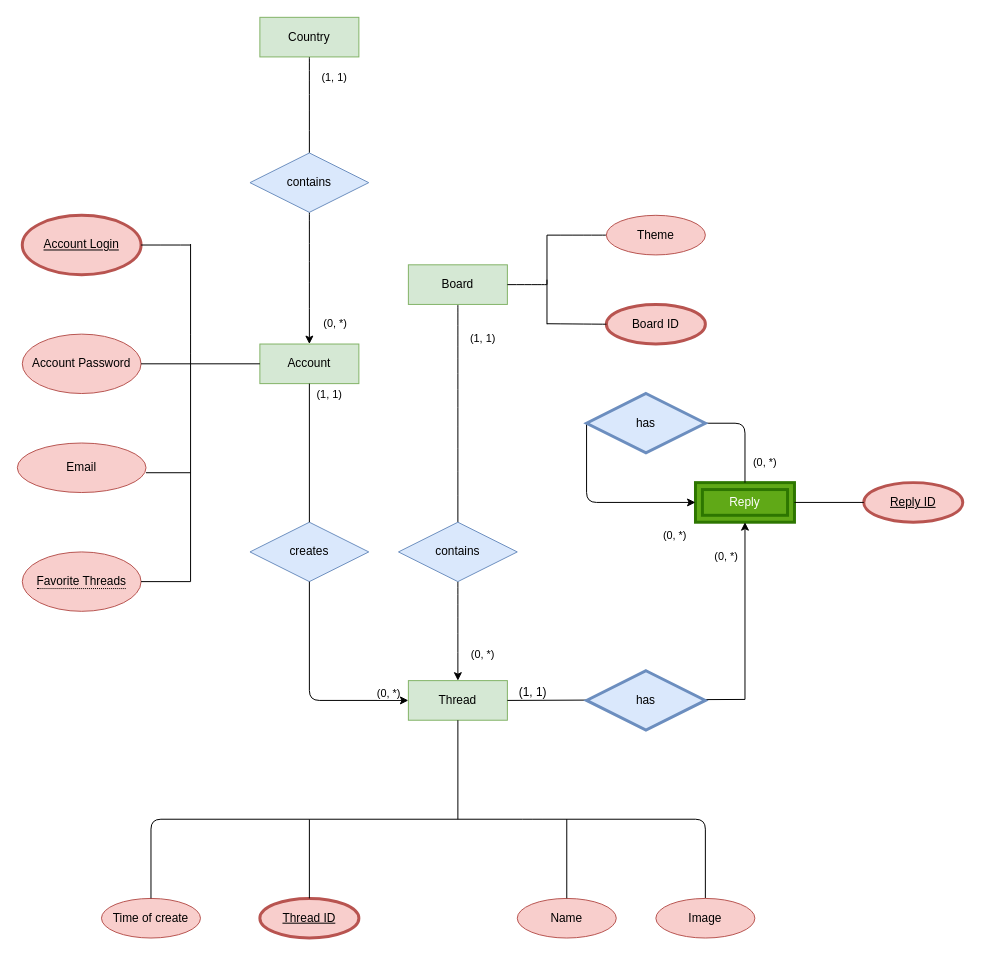
Above: Untitled Diagram.drawio in LongaBonga/HSE.ch (draw.io), before the change. Source tidied: cells renumbered, new cells numbered last; positions are measured from the earlier drawing's top-left corner, leaving out a move shared by most shapes. Both pictures are drawn from the tidied source at 99%, with x=0, y=0 at pixel (17, 17).
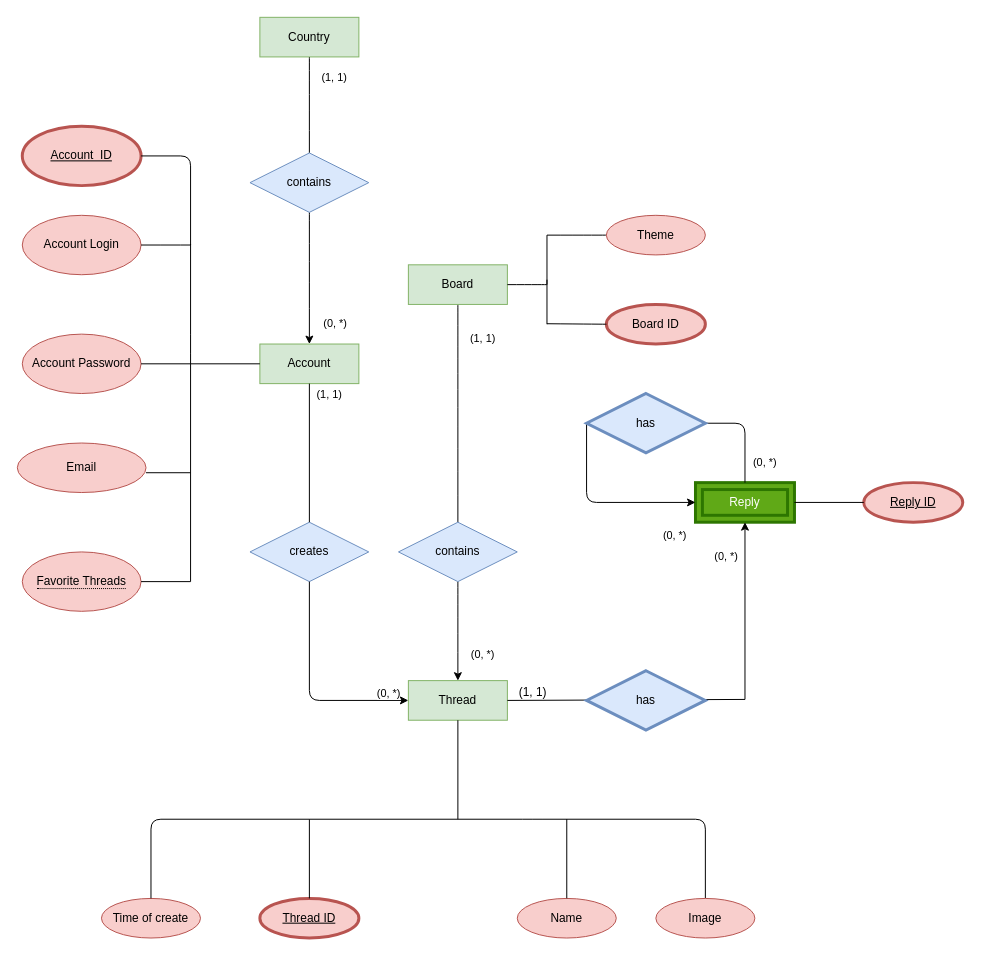
After the change.

The edit, as a diff of the source:
```diff
@@
-    <mxCell id="3" value="&lt;u&gt;Account Login&lt;/u&gt;" style="ellipse;whiteSpace=wrap;html=1;fillColor=#f8cecc;strokeColor=#b85450;strokeWidth=3;" parent="1" vertex="1">
+    <mxCell id="3" value="Account Login" style="ellipse;whiteSpace=wrap;html=1;fillColor=#f8cecc;strokeColor=#b85450;strokeWidth=1;verticalAlign=middle;" parent="1" vertex="1">
       <mxGeometry x="5" y="200" width="120" height="60" as="geometry" />
     </mxCell>
@@
+    <mxCell id="55" value="&lt;u&gt;Account &amp;nbsp;ID&lt;/u&gt;" style="ellipse;whiteSpace=wrap;html=1;fillColor=#f8cecc;strokeColor=#b85450;strokeWidth=3;" parent="1" vertex="1">
+      <mxGeometry x="5" y="110" width="120" height="60" as="geometry" />
+    </mxCell>
+    <mxCell id="56" style="endArrow=none;html=1;exitX=1;exitY=0.5;exitDx=0;exitDy=0;" parent="1" edge="1" source="55">
+      <mxGeometry relative="1" as="geometry">
+        <mxPoint x="175" y="230" as="targetPoint" />
+        <Array as="points">
+          <mxPoint x="175" y="140" />
+        </Array>
+      </mxGeometry>
+    </mxCell>
```
